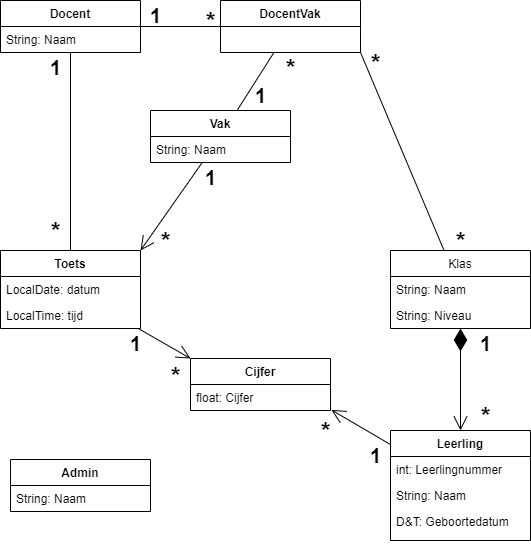
Earlier version of the draw.io export UML/Cijferregistratiesysteem class diagram.png (Vsvlak/Groepsopdracht-Kamer-1). Source tidied: cells renumbered, new cells last; positions are measured from the earlier drawing's top-left corner, leaving out a move shared by most shapes.
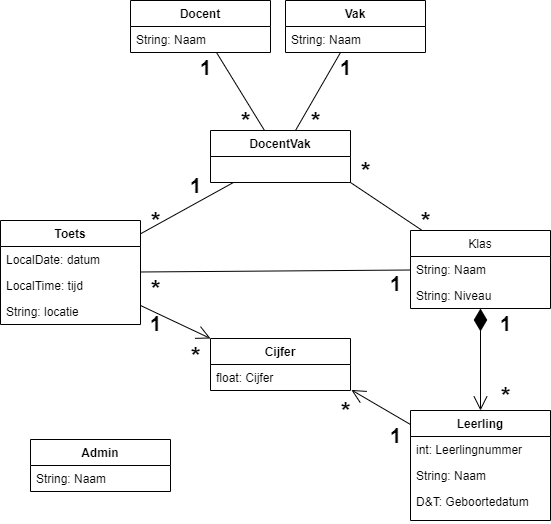
After the commit.

Diff of the diagram source:
```diff
@@ -14,9 +14,6 @@
     <mxCell id="5" style="endArrow=none;html=1;endFill=0;startArrow=open;startFill=0;endSize=12;startSize=12;exitX=0;exitY=0;exitDx=0;exitDy=0;" parent="1" edge="1" source="42" target="33">
       <mxGeometry relative="1" as="geometry" />
     </mxCell>
-    <mxCell id="6" style="endArrow=none;html=1;endFill=0;startArrow=open;startFill=0;endSize=12;startSize=12;exitX=1;exitY=0;exitDx=0;exitDy=0;" parent="1" edge="1" source="33" target="44">
-      <mxGeometry relative="1" as="geometry" />
-    </mxCell>
     <mxCell id="7" value="&lt;font style=&quot;font-size: 20px&quot;&gt;1&lt;/font&gt;" style="text;html=1;align=center;verticalAlign=middle;fontStyle=1;fontSize=20;" parent="1" vertex="1">
       <mxGeometry x="360" y="440" width="30" height="30" as="geometry" />
     </mxCell>
@@ -26,12 +23,6 @@
     <mxCell id="9" value="&lt;b style=&quot;font-size: 25px;&quot;&gt;*&lt;/b&gt;" style="text;html=1;align=center;verticalAlign=middle;fontSize=25;" parent="1" vertex="1">
       <mxGeometry x="160" y="355" width="30" height="40" as="geometry" />
     </mxCell>
-    <mxCell id="10" style="endArrow=none;html=1;" parent="1" edge="1" source="33" target="31">
-      <mxGeometry relative="1" as="geometry" />
-    </mxCell>
-    <mxCell id="11" value="&lt;b&gt;1&lt;/b&gt;" style="text;html=1;align=center;verticalAlign=middle;fontSize=20;" parent="1" vertex="1">
-      <mxGeometry x="40" y="52" width="30" height="30" as="geometry" />
-    </mxCell>
     <mxCell id="12" style="endArrow=none;html=1;" parent="1" edge="1" source="31" target="29">
       <mxGeometry relative="1" as="geometry" />
     </mxCell>
@@ -42,7 +33,7 @@
       <mxGeometry relative="1" as="geometry" />
     </mxCell>
     <mxCell id="15" value="&lt;b&gt;1&lt;/b&gt;" style="text;html=1;align=center;verticalAlign=middle;fontSize=20;" parent="1" vertex="1">
-      <mxGeometry x="140" width="30" height="30" as="geometry" />
+      <mxGeometry x="310" y="72" width="30" height="30" as="geometry" />
     </mxCell>
     <mxCell id="16" value="&lt;b style=&quot;font-size: 25px;&quot;&gt;*&lt;/b&gt;" style="text;html=1;align=center;verticalAlign=middle;fontSize=25;" parent="1" vertex="1">
       <mxGeometry x="310" y="410" width="30" height="40" as="geometry" />
@@ -50,29 +41,20 @@
     <mxCell id="17" value="&lt;b style=&quot;font-size: 25px;&quot;&gt;*&lt;/b&gt;" style="text;html=1;align=center;verticalAlign=middle;fontSize=25;" parent="1" vertex="1">
       <mxGeometry x="470" y="395" width="30" height="40" as="geometry" />
     </mxCell>
-    <mxCell id="18" value="&lt;b style=&quot;font-size: 25px;&quot;&gt;*&lt;/b&gt;" style="text;html=1;align=center;verticalAlign=middle;fontSize=25;" parent="1" vertex="1">
-      <mxGeometry x="40" y="210" width="30" height="40" as="geometry" />
-    </mxCell>
     <mxCell id="19" value="&lt;b style=&quot;font-size: 25px;&quot;&gt;*&lt;/b&gt;" style="text;html=1;align=center;verticalAlign=middle;fontSize=25;" parent="1" vertex="1">
-      <mxGeometry x="195" width="30" height="40" as="geometry" />
+      <mxGeometry x="210" y="120" width="30" height="40" as="geometry" />
     </mxCell>
-    <mxCell id="20" value="&lt;b&gt;1&lt;/b&gt;" style="text;html=1;align=center;verticalAlign=middle;fontSize=20;" parent="1" vertex="1">
-      <mxGeometry x="195" y="162" width="30" height="30" as="geometry" />
-    </mxCell>
-    <mxCell id="21" value="&lt;b style=&quot;font-size: 25px;&quot;&gt;*&lt;/b&gt;" style="text;html=1;align=center;verticalAlign=middle;fontSize=25;" parent="1" vertex="1">
-      <mxGeometry x="150" y="220" width="30" height="40" as="geometry" />
-    </mxCell>
     <mxCell id="22" value="&lt;b style=&quot;font-size: 25px;&quot;&gt;*&lt;/b&gt;" style="text;html=1;align=center;verticalAlign=middle;fontSize=25;" parent="1" vertex="1">
-      <mxGeometry x="360" y="42" width="30" height="40" as="geometry" />
+      <mxGeometry x="280" y="120" width="30" height="40" as="geometry" />
     </mxCell>
     <mxCell id="23" value="&lt;b&gt;1&lt;/b&gt;" style="text;html=1;align=center;verticalAlign=middle;fontSize=20;" parent="1" vertex="1">
-      <mxGeometry x="245" y="80" width="30" height="30" as="geometry" />
+      <mxGeometry x="170" y="72" width="30" height="30" as="geometry" />
     </mxCell>
     <mxCell id="24" value="&lt;b style=&quot;font-size: 25px;&quot;&gt;*&lt;/b&gt;" style="text;html=1;align=center;verticalAlign=middle;fontSize=25;" parent="1" vertex="1">
-      <mxGeometry x="275" y="47" width="30" height="40" as="geometry" />
+      <mxGeometry x="120" y="220" width="30" height="40" as="geometry" />
     </mxCell>
     <mxCell id="25" value="&lt;b style=&quot;font-size: 25px;&quot;&gt;*&lt;/b&gt;" style="text;html=1;align=center;verticalAlign=middle;fontSize=25;" parent="1" vertex="1">
-      <mxGeometry x="445" y="220" width="30" height="40" as="geometry" />
+      <mxGeometry x="390" y="220" width="30" height="40" as="geometry" />
     </mxCell>
     <mxCell id="26" value="Klas" style="swimlane;fontStyle=0;horizontal=1;startSize=26;fillColor=none;" parent="1" vertex="1">
       <mxGeometry x="390" y="250" width="140" height="78" as="geometry" />
@@ -83,27 +65,6 @@
     <mxCell id="28" value="String: Niveau" style="text;strokeColor=none;fillColor=none;align=left;verticalAlign=top;spacingLeft=4;spacingRight=4;overflow=hidden;" parent="26" vertex="1">
       <mxGeometry y="52" width="140" height="26" as="geometry" />
     </mxCell>
-    <mxCell id="29" value="DocentVak" style="swimlane;fontStyle=1;horizontal=1;startSize=26;fillColor=none;" parent="1" vertex="1">
-      <mxGeometry x="220" width="140" height="52" as="geometry" />
-    </mxCell>
-    <mxCell id="30" value="     " style="text;strokeColor=none;fillColor=none;align=left;verticalAlign=top;spacingLeft=4;spacingRight=4;overflow=hidden;" parent="29" vertex="1">
-      <mxGeometry y="26" width="140" height="26" as="geometry" />
-    </mxCell>
-    <mxCell id="31" value="Docent" style="swimlane;fontStyle=1;horizontal=1;startSize=26;fillColor=none;" parent="1" vertex="1">
-      <mxGeometry width="140" height="52" as="geometry" />
-    </mxCell>
-    <mxCell id="32" value="String: Naam" style="text;strokeColor=none;fillColor=none;align=left;verticalAlign=top;spacingLeft=4;spacingRight=4;overflow=hidden;" parent="31" vertex="1">
-      <mxGeometry y="26" width="140" height="26" as="geometry" />
-    </mxCell>
-    <mxCell id="33" value="Toets" style="swimlane;fontStyle=1;horizontal=1;startSize=26;fillColor=none;" parent="1" vertex="1">
-      <mxGeometry y="250" width="140" height="78" as="geometry" />
-    </mxCell>
-    <mxCell id="34" value="LocalDate: datum" style="text;strokeColor=none;fillColor=none;align=left;verticalAlign=top;spacingLeft=4;spacingRight=4;overflow=hidden;" parent="33" vertex="1">
-      <mxGeometry y="26" width="140" height="26" as="geometry" />
-    </mxCell>
-    <mxCell id="35" value="LocalTime: tijd" style="text;strokeColor=none;fillColor=none;align=left;verticalAlign=top;spacingLeft=4;spacingRight=4;overflow=hidden;" parent="33" vertex="1">
-      <mxGeometry y="52" width="140" height="26" as="geometry" />
-    </mxCell>
     <mxCell id="36" value="Leerling" style="swimlane;fontStyle=1;horizontal=1;startSize=26;fillColor=none;" parent="1" vertex="1">
       <mxGeometry x="390" y="430" width="140" height="110" as="geometry" />
     </mxCell>
@@ -128,11 +89,53 @@
     <mxCell id="43" value="float: Cijfer" style="text;strokeColor=none;fillColor=none;align=left;verticalAlign=top;spacingLeft=4;spacingRight=4;overflow=hidden;points=[[0,0.5],[1,0.5]];portConstraint=eastwest;" parent="42" vertex="1">
       <mxGeometry y="26" width="140" height="26" as="geometry" />
     </mxCell>
+    <mxCell id="46" style="endArrow=none;html=1;" parent="1" edge="1" source="33" target="29">
+      <mxGeometry relative="1" as="geometry" />
+    </mxCell>
+    <mxCell id="29" value="DocentVak" style="swimlane;fontStyle=1;horizontal=1;startSize=26;fillColor=none;" parent="1" vertex="1">
+      <mxGeometry x="190" y="150" width="140" height="52" as="geometry" />
+    </mxCell>
+    <mxCell id="30" value="     " style="text;strokeColor=none;fillColor=none;align=left;verticalAlign=top;spacingLeft=4;spacingRight=4;overflow=hidden;" parent="29" vertex="1">
+      <mxGeometry y="26" width="140" height="26" as="geometry" />
+    </mxCell>
+    <mxCell id="47" value="&lt;b&gt;1&lt;/b&gt;" style="text;html=1;align=center;verticalAlign=middle;fontSize=20;" parent="1" vertex="1">
+      <mxGeometry x="160" y="190" width="30" height="30" as="geometry" />
+    </mxCell>
+    <mxCell id="48" value="&lt;b style=&quot;font-size: 25px;&quot;&gt;*&lt;/b&gt;" style="text;html=1;align=center;verticalAlign=middle;fontSize=25;" parent="1" vertex="1">
+      <mxGeometry x="330" y="170" width="30" height="40" as="geometry" />
+    </mxCell>
+    <mxCell id="49" style="endArrow=none;html=1;" parent="1" edge="1" source="33" target="26">
+      <mxGeometry relative="1" as="geometry" />
+    </mxCell>
+    <mxCell id="31" value="Docent" style="swimlane;fontStyle=1;horizontal=1;startSize=26;fillColor=none;" parent="1" vertex="1">
+      <mxGeometry x="110" y="20" width="140" height="52" as="geometry" />
+    </mxCell>
+    <mxCell id="32" value="String: Naam" style="text;strokeColor=none;fillColor=none;align=left;verticalAlign=top;spacingLeft=4;spacingRight=4;overflow=hidden;" parent="31" vertex="1">
+      <mxGeometry y="26" width="140" height="26" as="geometry" />
+    </mxCell>
     <mxCell id="44" value="Vak" style="swimlane;fontStyle=1;horizontal=1;startSize=26;fillColor=none;" parent="1" vertex="1">
-      <mxGeometry x="150" y="110" width="140" height="52" as="geometry" />
+      <mxGeometry x="265" y="20" width="140" height="52" as="geometry" />
     </mxCell>
     <mxCell id="45" value="String: Naam" style="text;strokeColor=none;fillColor=none;align=left;verticalAlign=top;spacingLeft=4;spacingRight=4;overflow=hidden;" parent="44" vertex="1">
       <mxGeometry y="26" width="140" height="26" as="geometry" />
     </mxCell>
+    <mxCell id="50" value="&lt;b style=&quot;font-size: 25px;&quot;&gt;*&lt;/b&gt;" style="text;html=1;align=center;verticalAlign=middle;fontSize=25;" parent="1" vertex="1">
+      <mxGeometry x="120" y="288" width="30" height="40" as="geometry" />
+    </mxCell>
+    <mxCell id="51" value="&lt;b&gt;1&lt;/b&gt;" style="text;html=1;align=center;verticalAlign=middle;fontSize=20;" parent="1" vertex="1">
+      <mxGeometry x="360" y="288" width="30" height="30" as="geometry" />
+    </mxCell>
+    <mxCell id="33" value="Toets" style="swimlane;fontStyle=1;horizontal=1;startSize=26;fillColor=none;" parent="1" vertex="1">
+      <mxGeometry x="-20" y="240" width="140" height="104" as="geometry" />
+    </mxCell>
+    <mxCell id="34" value="LocalDate: datum" style="text;strokeColor=none;fillColor=none;align=left;verticalAlign=top;spacingLeft=4;spacingRight=4;overflow=hidden;" parent="33" vertex="1">
+      <mxGeometry y="26" width="140" height="26" as="geometry" />
+    </mxCell>
+    <mxCell id="35" value="LocalTime: tijd" style="text;strokeColor=none;fillColor=none;align=left;verticalAlign=top;spacingLeft=4;spacingRight=4;overflow=hidden;" parent="33" vertex="1">
+      <mxGeometry y="52" width="140" height="26" as="geometry" />
+    </mxCell>
+    <mxCell id="52" value="String: locatie" style="text;strokeColor=none;fillColor=none;align=left;verticalAlign=top;spacingLeft=4;spacingRight=4;overflow=hidden;" parent="33" vertex="1">
+      <mxGeometry y="78" width="140" height="26" as="geometry" />
+    </mxCell>
   </root>
 </mxGraphModel>
```
